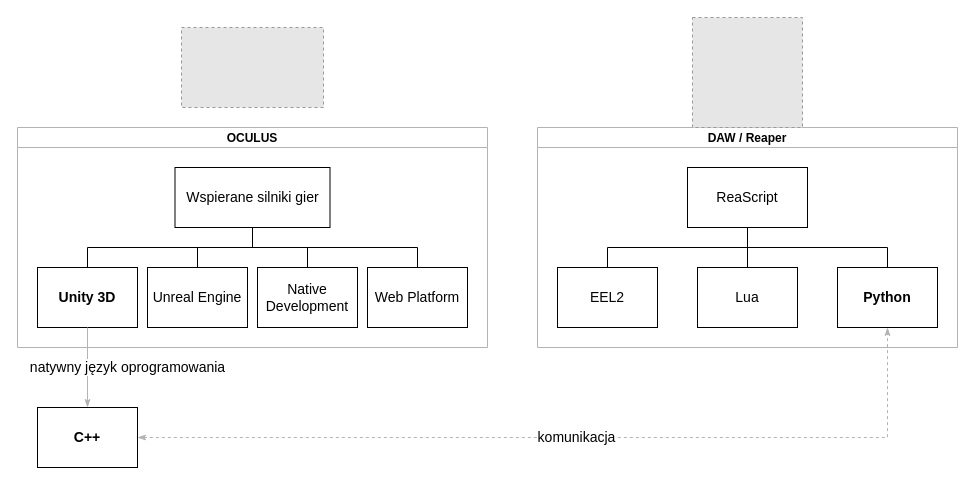
Above: Graphs/GeneralWorkflow.drawio in odwrocsie/magisterka (draw.io), before the change. Source tidied: cells renumbered, new cells numbered last; positions are measured from the earlier drawing's top-left corner, leaving out a move shared by most shapes. Both pictures are drawn from the tidied source at 100%, with x=0, y=0 at pixel (17, 17). Pictures stored in the file or linked from it are replaced by grey dashed boxes.
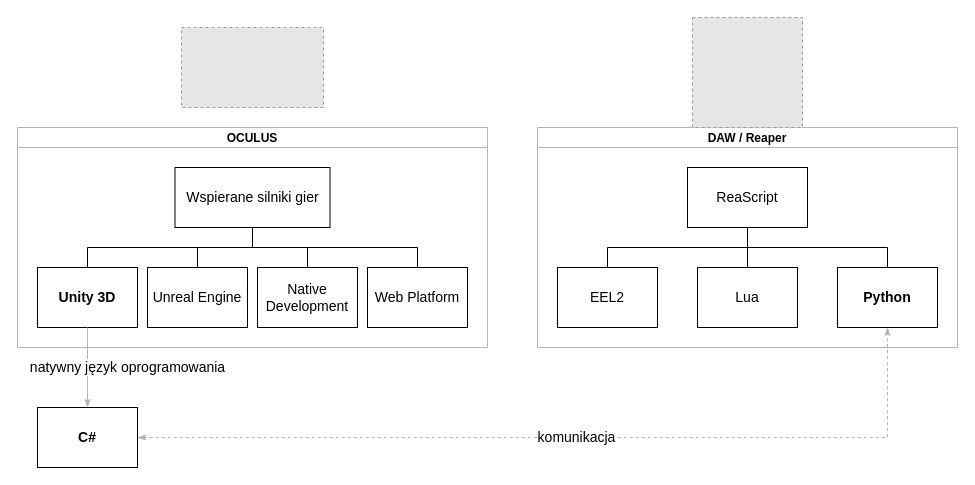
The same page after the edit.

The edit, as a diff of the source:
```diff
@@
-    <mxCell id="21" value="&lt;font style=&quot;font-size: 14px;&quot;&gt;&lt;b&gt;C++&lt;/b&gt;&lt;/font&gt;" style="whiteSpace=wrap;html=1;align=center;verticalAlign=middle;newEdgeStyle={&quot;edgeStyle&quot;:&quot;elbowEdgeStyle&quot;,&quot;startArrow&quot;:&quot;none&quot;,&quot;endArrow&quot;:&quot;none&quot;};" parent="1" vertex="1">
+    <mxCell id="21" value="&lt;font style=&quot;font-size: 14px;&quot;&gt;&lt;b&gt;C#&lt;/b&gt;&lt;/font&gt;" style="whiteSpace=wrap;html=1;align=center;verticalAlign=middle;newEdgeStyle={&quot;edgeStyle&quot;:&quot;elbowEdgeStyle&quot;,&quot;startArrow&quot;:&quot;none&quot;,&quot;endArrow&quot;:&quot;none&quot;};" parent="1" vertex="1">
       <mxGeometry x="20" y="390" width="100" height="60" as="geometry" />
     </mxCell>
```
